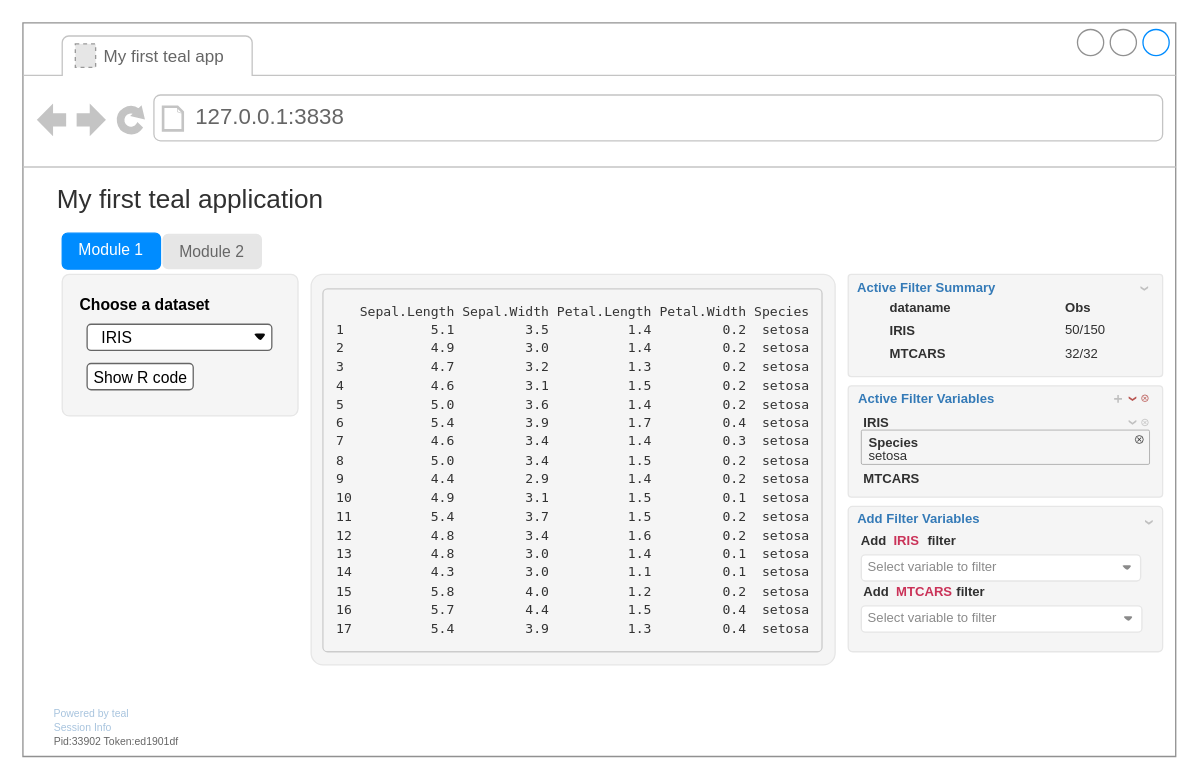
Before: inst/design/teal-app-components-hover.drawio in insightsengineering/teal, a draw.io diagram. Source tidied: cells renumbered, new cells numbered last; positions are measured from the earlier drawing's top-left corner, leaving out a move shared by most shapes. Both pictures are drawn from the tidied source at 131%, with x=0, y=0 at pixel (22, 22). Pictures stored in the file or linked from it are replaced by grey dashed boxes.
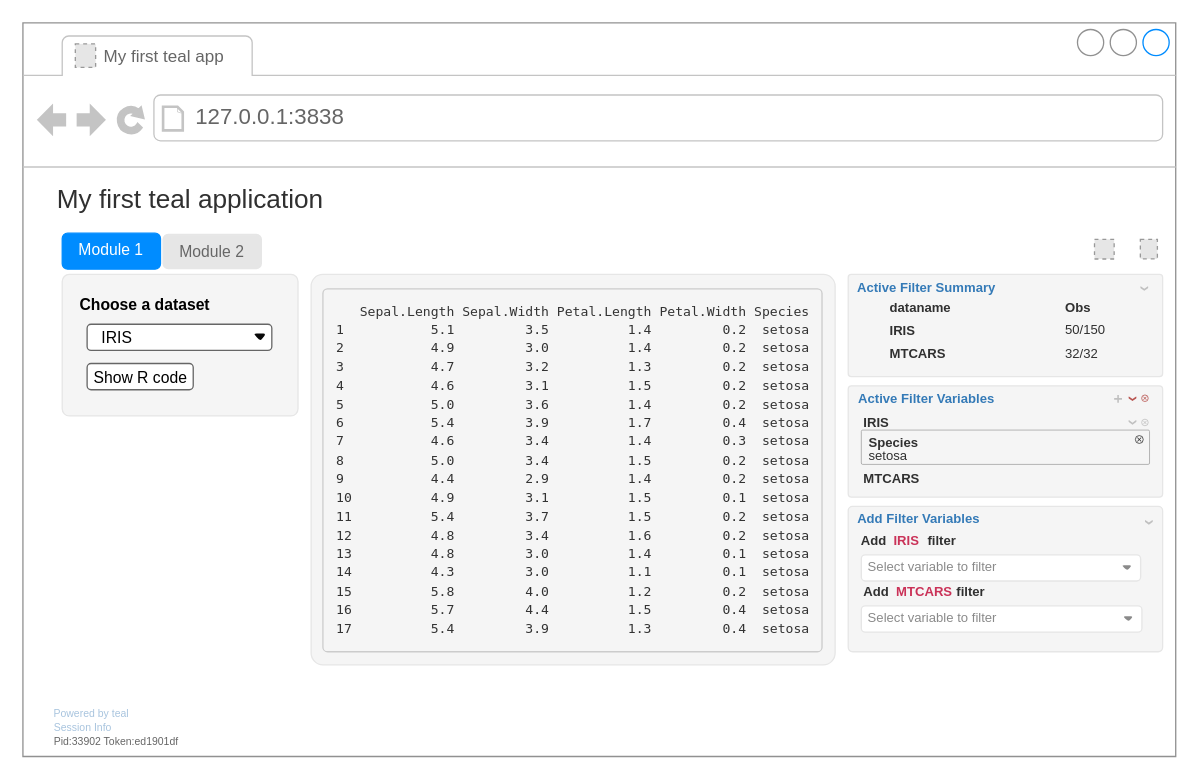
Above is the later version.

What changed in the source:
```diff
@@
+    <mxCell id="61" style="fillColor=#E6E6E6;strokeColor=#999999;dashed=1;verticalLabelPosition=bottom;labelBackgroundColor=default;verticalAlign=top;" parent="1" vertex="1">
+      <mxGeometry x="818" y="165.2" width="15" height="15" as="geometry" />
+    </mxCell>
+    <mxCell id="62" style="fillColor=#E6E6E6;strokeColor=#999999;dashed=1;verticalLabelPosition=bottom;labelBackgroundColor=default;verticalAlign=top;" parent="1" vertex="1">
+      <mxGeometry x="853" y="165.2" width="13" height="14.9" as="geometry" />
+    </mxCell>
```
